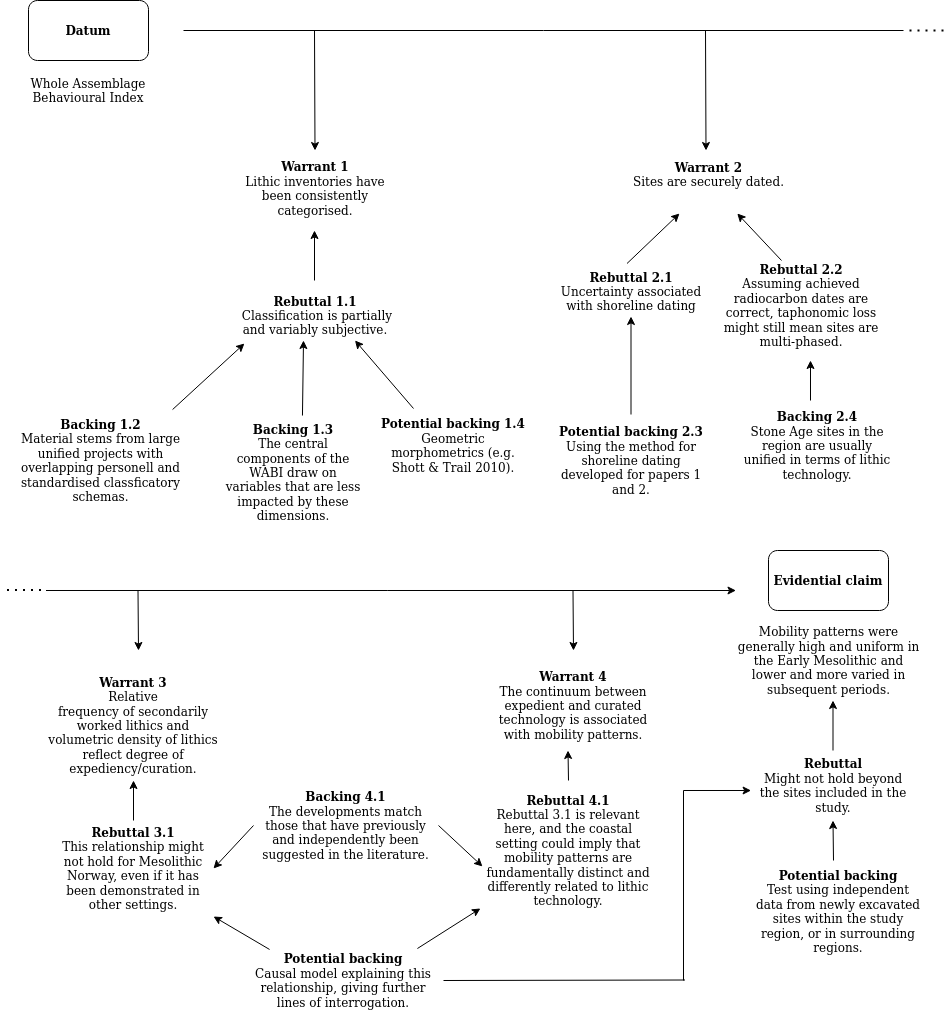
Earlier version of the draw.io export figures/toulmin_p3.png (isakro/thesis). Source tidied: cells renumbered, new cells last; positions are measured from the earlier drawing's top-left corner, leaving out a move shared by most shapes.
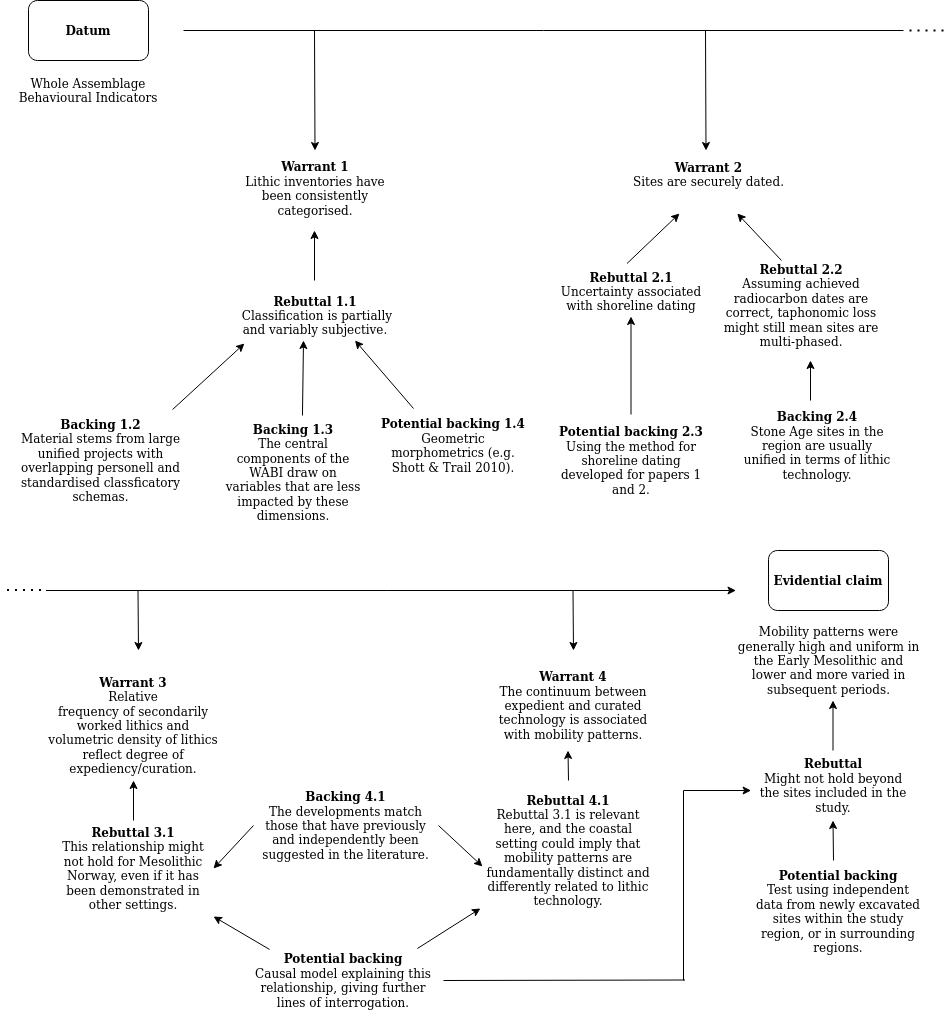
The same file after the commit.

The edit, as a diff of the source:
```diff
@@ -14,7 +14,7 @@
     <mxCell id="4" value="&lt;b&gt;Evidential claim&lt;/b&gt;" style="rounded=1;whiteSpace=wrap;html=1;" parent="1" vertex="1">
       <mxGeometry x="767" y="550" width="120" height="60" as="geometry" />
     </mxCell>
-    <mxCell id="5" value="Whole Assemblage Behavioural Index " style="text;html=1;strokeColor=none;fillColor=none;align=center;verticalAlign=middle;whiteSpace=wrap;rounded=0;" parent="1" vertex="1">
+    <mxCell id="5" value="Whole Assemblage Behavioural Indicators " style="text;html=1;strokeColor=none;fillColor=none;align=center;verticalAlign=middle;whiteSpace=wrap;rounded=0;" parent="1" vertex="1">
       <mxGeometry x="2" y="40" width="170" height="100" as="geometry" />
     </mxCell>
     <mxCell id="6" value="&lt;div&gt;&lt;b&gt;Warrant 1&lt;br&gt;&lt;/b&gt;&lt;/div&gt;&lt;div&gt;Lithic inventories have been consistently categorised.&lt;/div&gt;" style="text;html=1;strokeColor=none;fillColor=none;align=center;verticalAlign=middle;whiteSpace=wrap;rounded=0;" parent="1" vertex="1">
```
